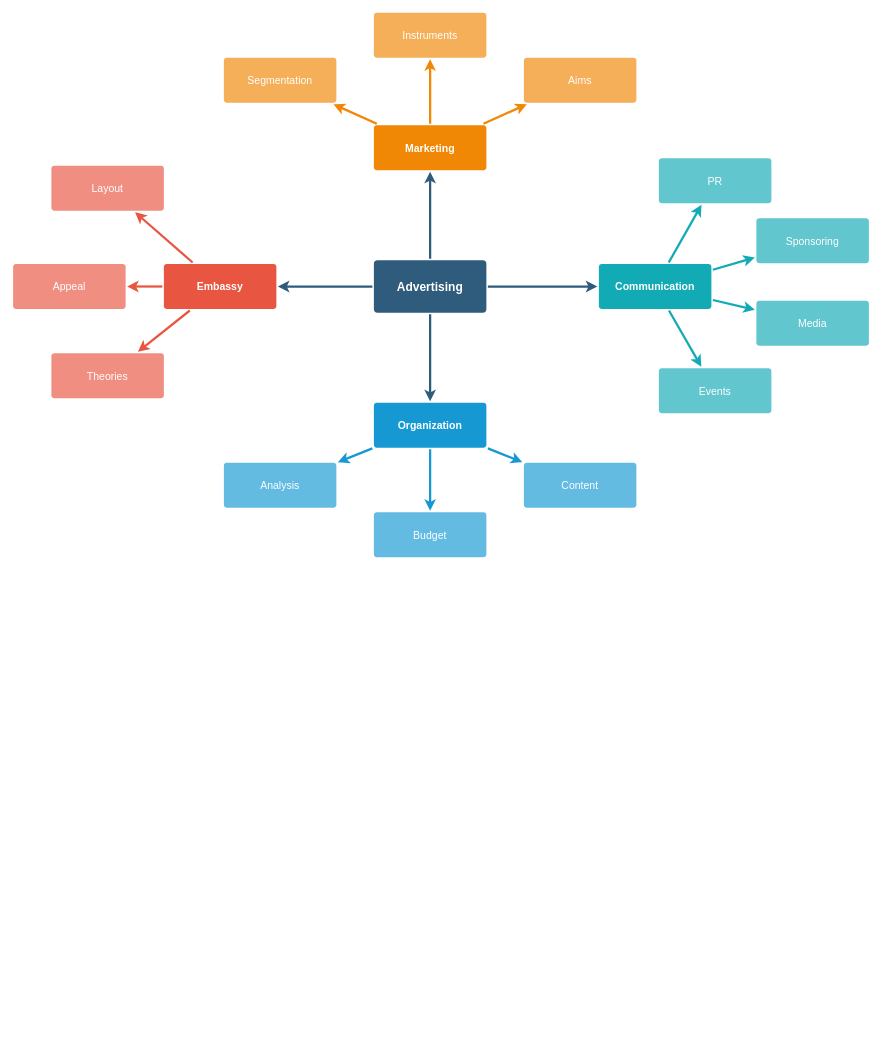
This is Drawing/test.drawio from kavinwkp/LeetCode, a draw.io file, before an edit. Source tidied: cells renumbered, new cells numbered last; positions are measured from the earlier drawing's top-left corner, leaving out a move shared by most shapes. Both pictures are drawn from the tidied source at 75%, with x=0, y=0 at pixel (13, 12).
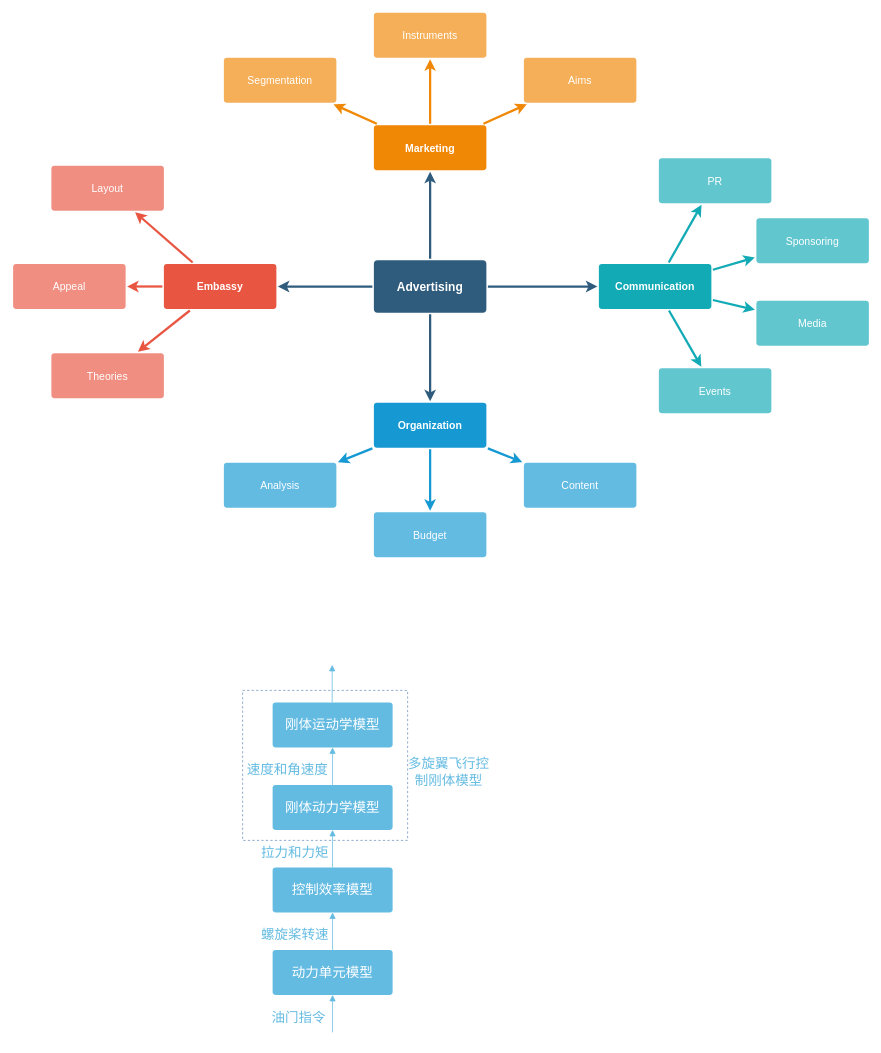
The same diagram, later.

What changed in the source:
```diff
@@
+    <mxCell id="37" value="动力单元模型" style="rounded=1;whiteSpace=wrap;html=1;shadow=0;labelBackgroundColor=none;strokeColor=none;strokeWidth=3;fillColor=#64BBE2;fontFamily=Helvetica;fontSize=18;fontColor=#FFFFFF;align=center;spacing=5;arcSize=7;perimeterSpacing=2;" parent="1" vertex="1">
+      <mxGeometry x="346" y="1250" width="160" height="60" as="geometry" />
+    </mxCell>
+    <mxCell id="38" style="endArrow=block;html=1;fontSize=18;endFill=1;strokeColor=#64BBE2;" parent="1" edge="1">
+      <mxGeometry relative="1" as="geometry">
+        <mxPoint x="425.9" y="1360" as="sourcePoint" />
+        <mxPoint x="425.9" y="1310" as="targetPoint" />
+      </mxGeometry>
+    </mxCell>
+    <mxCell id="39" value="油门指令" style="text;html=1;strokeColor=none;fillColor=none;align=center;verticalAlign=middle;whiteSpace=wrap;rounded=0;fontSize=18;fontFamily=Helvetica;fontColor=#64BBE2;" parent="1" vertex="1">
+      <mxGeometry x="336" y="1330" width="90" height="20" as="geometry" />
+    </mxCell>
+    <mxCell id="40" value="控制效率模型" style="rounded=1;whiteSpace=wrap;html=1;shadow=0;labelBackgroundColor=none;strokeColor=none;strokeWidth=3;fillColor=#64BBE2;fontFamily=Helvetica;fontSize=18;fontColor=#FFFFFF;align=center;spacing=5;arcSize=7;perimeterSpacing=2;" parent="1" vertex="1">
+      <mxGeometry x="346" y="1140" width="160" height="60" as="geometry" />
+    </mxCell>
+    <mxCell id="41" style="endArrow=block;html=1;fontSize=18;endFill=1;strokeColor=#64BBE2;" parent="1" edge="1">
+      <mxGeometry relative="1" as="geometry">
+        <mxPoint x="425.9" y="1250" as="sourcePoint" />
+        <mxPoint x="425.9" y="1200" as="targetPoint" />
+      </mxGeometry>
+    </mxCell>
+    <mxCell id="42" value="螺旋桨转速" style="text;html=1;strokeColor=none;fillColor=none;align=center;verticalAlign=middle;whiteSpace=wrap;rounded=0;fontSize=18;fontFamily=Helvetica;fontColor=#64BBE2;" parent="1" vertex="1">
+      <mxGeometry x="326" y="1220" width="100" height="20" as="geometry" />
+    </mxCell>
+    <mxCell id="43" value="刚体动力学模型" style="rounded=1;whiteSpace=wrap;html=1;shadow=0;labelBackgroundColor=none;strokeColor=none;strokeWidth=3;fillColor=#64BBE2;fontFamily=Helvetica;fontSize=18;fontColor=#FFFFFF;align=center;spacing=5;arcSize=7;perimeterSpacing=2;" parent="1" vertex="1">
+      <mxGeometry x="346" y="1030" width="160" height="60" as="geometry" />
+    </mxCell>
+    <mxCell id="44" style="endArrow=block;html=1;fontSize=18;endFill=1;strokeColor=#64BBE2;" parent="1" edge="1">
+      <mxGeometry relative="1" as="geometry">
+        <mxPoint x="425.9" y="1140" as="sourcePoint" />
+        <mxPoint x="425.9" y="1090" as="targetPoint" />
+      </mxGeometry>
+    </mxCell>
+    <mxCell id="45" value="拉力和力矩" style="text;html=1;strokeColor=none;fillColor=none;align=center;verticalAlign=middle;whiteSpace=wrap;rounded=0;fontSize=18;fontFamily=Helvetica;fontColor=#64BBE2;" parent="1" vertex="1">
+      <mxGeometry x="326" y="1110" width="100" height="20" as="geometry" />
+    </mxCell>
+    <mxCell id="46" value="刚体运动学模型" style="rounded=1;whiteSpace=wrap;html=1;shadow=0;labelBackgroundColor=none;strokeColor=none;strokeWidth=3;fillColor=#64BBE2;fontFamily=Helvetica;fontSize=18;fontColor=#FFFFFF;align=center;spacing=5;arcSize=7;perimeterSpacing=2;" parent="1" vertex="1">
+      <mxGeometry x="346" y="920" width="160" height="60" as="geometry" />
+    </mxCell>
+    <mxCell id="47" style="endArrow=block;html=1;fontSize=18;endFill=1;strokeColor=#64BBE2;" parent="1" edge="1">
+      <mxGeometry relative="1" as="geometry">
+        <mxPoint x="425.9" y="1030" as="sourcePoint" />
+        <mxPoint x="425.9" y="980" as="targetPoint" />
+      </mxGeometry>
+    </mxCell>
+    <mxCell id="48" value="速度和角速度" style="text;html=1;strokeColor=none;fillColor=none;align=center;verticalAlign=middle;whiteSpace=wrap;rounded=0;fontSize=18;fontFamily=Helvetica;fontColor=#64BBE2;" parent="1" vertex="1">
+      <mxGeometry x="306" y="1000" width="120" height="20" as="geometry" />
+    </mxCell>
+    <mxCell id="49" style="endArrow=block;html=1;fontSize=18;endFill=1;strokeColor=#64BBE2;" parent="1" edge="1">
+      <mxGeometry relative="1" as="geometry">
+        <mxPoint x="425.4" y="920" as="sourcePoint" />
+        <mxPoint x="425.4" y="870" as="targetPoint" />
+      </mxGeometry>
+    </mxCell>
+    <mxCell id="50" style="rounded=0;whiteSpace=wrap;html=1;fontFamily=Helvetica;fontSize=18;fillColor=none;strokeColor=#6C8EBF;dashed=1;" parent="1" vertex="1">
+      <mxGeometry x="306" y="904" width="220" height="200" as="geometry" />
+    </mxCell>
+    <mxCell id="51" value="多旋翼飞行控制刚体模型" style="text;html=1;strokeColor=none;fillColor=none;align=center;verticalAlign=middle;whiteSpace=wrap;rounded=0;fontSize=18;fontFamily=Helvetica;fontColor=#64BBE2;" parent="1" vertex="1">
+      <mxGeometry x="526" y="970" width="110" height="86" as="geometry" />
+    </mxCell>
+    <mxCell id="52" style="rounded=0;whiteSpace=wrap;html=1;dashed=1;fontFamily=Helvetica;fontSize=18;fontColor=#64BBE2;strokeColor=none;fillColor=none;" parent="1" vertex="1">
+      <mxGeometry x="256" y="850" width="400" height="520" as="geometry" />
+    </mxCell>
```
